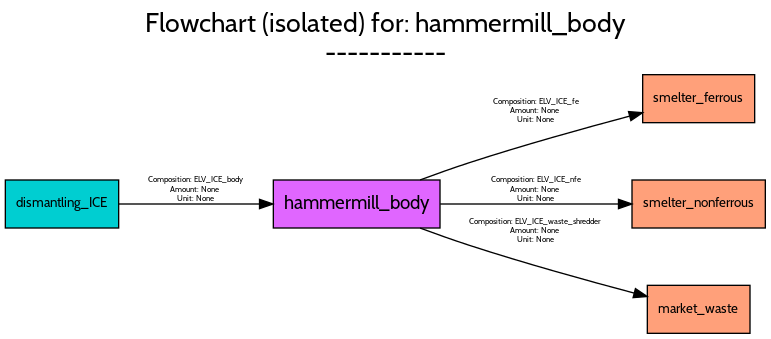
Above: src/examples/ELV/figures/flowcharts/processes/png/hammermill_body.png in FutuRaM-Project/Recovery-Model (Graphviz), before the change. Its source is kept beside it as src/examples/ELV/figures/flowcharts/processes/dot/hammermill_body.dot.
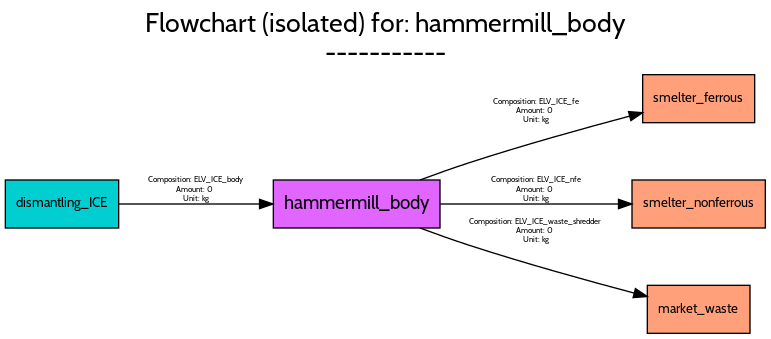
After the change.

Change to the diagram source:
```diff
@@ -35,8 +35,8 @@
 		fontname=Cabin,
 		fontsize=6,
 		label="Composition: ELV_ICE_fe
-Amount: None
-Unit: None",
+Amount: 0
+Unit: kg",
 		lp="398,166.5",
 		pos="e,477.95,165.49 311.08,115.06 323.04,119.49 335.94,124.08 348,128 388.03,141.03 434,153.81 468.19,162.9"];
 	smelter_nonferrous	[fillcolor=lightsalmon1,
@@ -51,8 +51,8 @@
 		fontname=Cabin,
 		fontsize=6,
 		label="Composition: ELV_ICE_nfe
-Amount: None
-Unit: None",
+Amount: 0
+Unit: kg",
 		lp="398,107.5",
 		pos="e,469.87,97 326.11,97 366.71,97 419.58,97 459.7,97"];
 	market_waste	[fillcolor=lightsalmon1,
@@ -67,8 +67,8 @@
 		fontname=Cabin,
 		fontsize=6,
 		label="Composition: ELV_ICE_waste_shredder
-Amount: None
-Unit: None",
+Amount: 0
+Unit: kg",
 		lp="398,76.5",
 		pos="e,481.37,27.613 311.08,78.942 323.04,74.514 335.94,69.923 348,66 389.37,52.541 437.07,39.339 471.56,30.198"];
 	dismantling_ICE	[fillcolor=darkturquoise,
@@ -83,8 +83,8 @@
 		fontname=Cabin,
 		fontsize=6,
 		label="Composition: ELV_ICE_body
-Amount: None
-Unit: None",
+Amount: 0
+Unit: kg",
 		lp="143,107.5",
 		pos="e,200.65,97 85.208,97 114.91,97 155.6,97 190.5,97"];
 }
```
